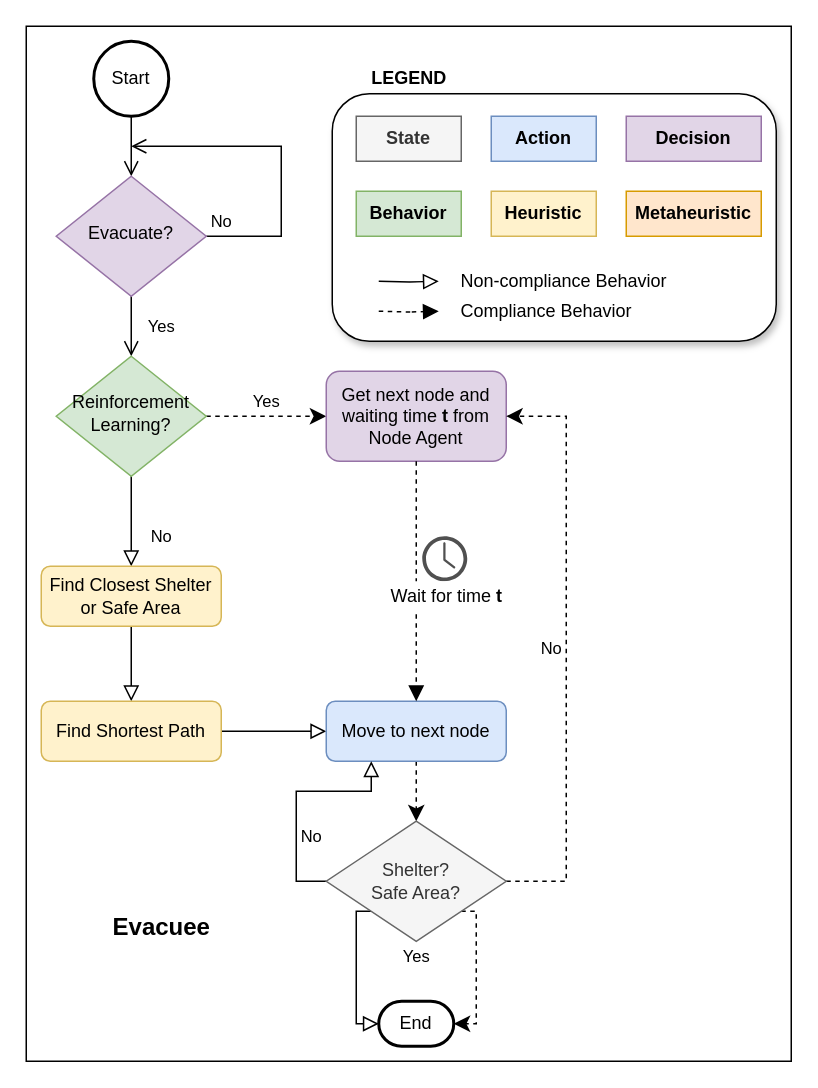
The draw.io diagram page "Evacuee" (1 of 5) of new_model/man/EvacuationFlow.drawio in erick2307/tsuevac, before the edit. Source tidied: cells renumbered, new cells numbered last; positions are measured from the earlier drawing's top-left corner, leaving out a move shared by most shapes. Both pictures are drawn from the tidied source at 150%, with x=0, y=0 at pixel (26, 26).
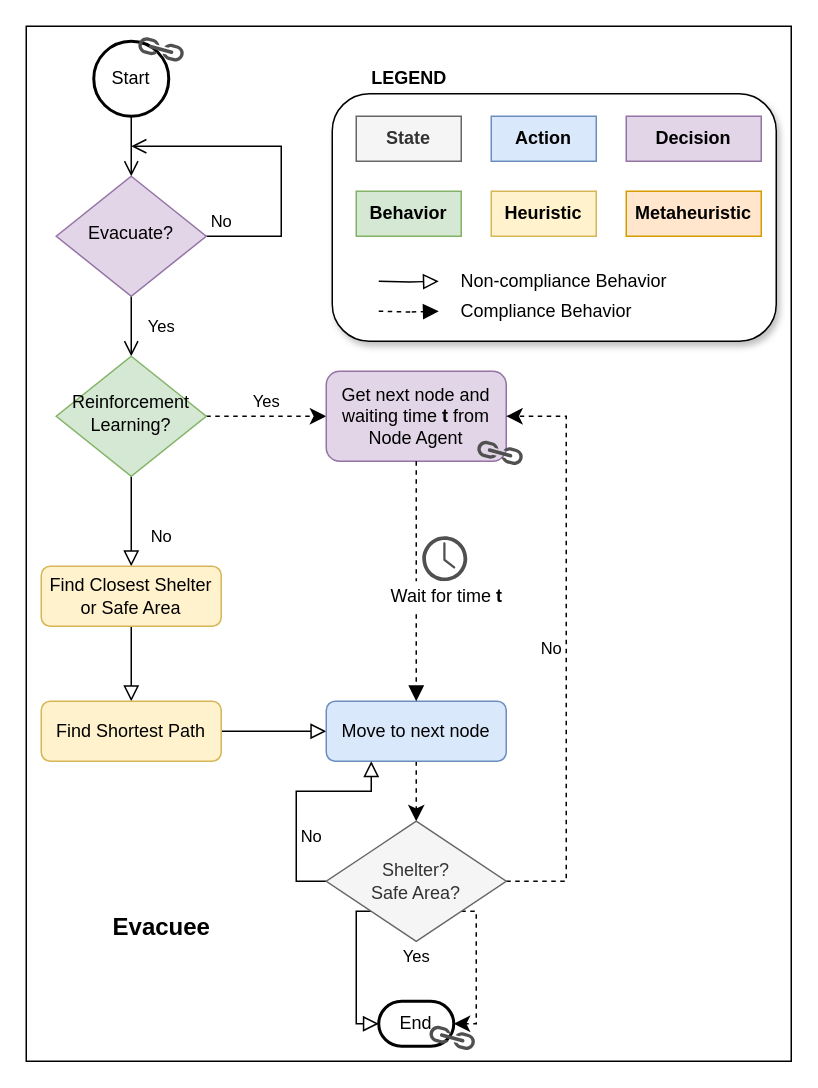
The same diagram, later.

Change to the diagram source:
```diff
@@
+    <mxCell id="40" style="sketch=0;shadow=0;dashed=0;html=1;strokeColor=none;fillColor=#505050;labelPosition=center;verticalLabelPosition=bottom;verticalAlign=top;align=center;shape=mxgraph.office.concepts.link;rotation=15;" parent="1" vertex="1">
+      <mxGeometry x="300" y="279" width="31.9" height="11" as="geometry" />
+    </mxCell>
+    <mxCell id="41" style="sketch=0;shadow=0;dashed=0;html=1;strokeColor=none;fillColor=#505050;labelPosition=center;verticalLabelPosition=bottom;verticalAlign=top;align=center;shape=mxgraph.office.concepts.link;rotation=15;" parent="1" vertex="1">
+      <mxGeometry x="74" y="10" width="31.9" height="11" as="geometry" />
+    </mxCell>
+    <mxCell id="42" style="sketch=0;shadow=0;dashed=0;html=1;strokeColor=none;fillColor=#505050;labelPosition=center;verticalLabelPosition=bottom;verticalAlign=top;align=center;shape=mxgraph.office.concepts.link;rotation=15;" parent="1" vertex="1">
+      <mxGeometry x="268.1" y="669" width="31.9" height="11" as="geometry" />
+    </mxCell>
```
